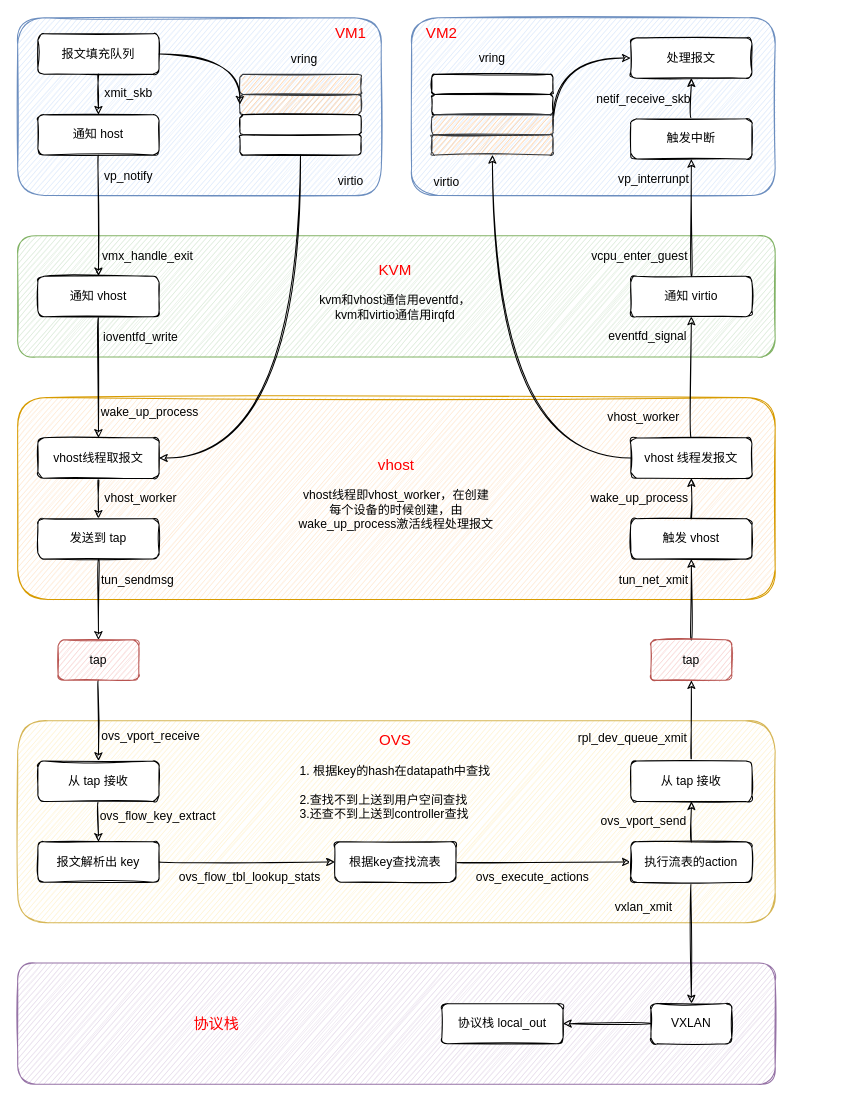
Before: ovs_data_path.drawio in ctimbai/draw.io, a draw.io diagram. Source tidied: cells renumbered, new cells numbered last; positions are measured from the earlier drawing's top-left corner, leaving out a move shared by most shapes. Both pictures are drawn from the tidied source at 101%, with x=0, y=0 at pixel (17, 17).
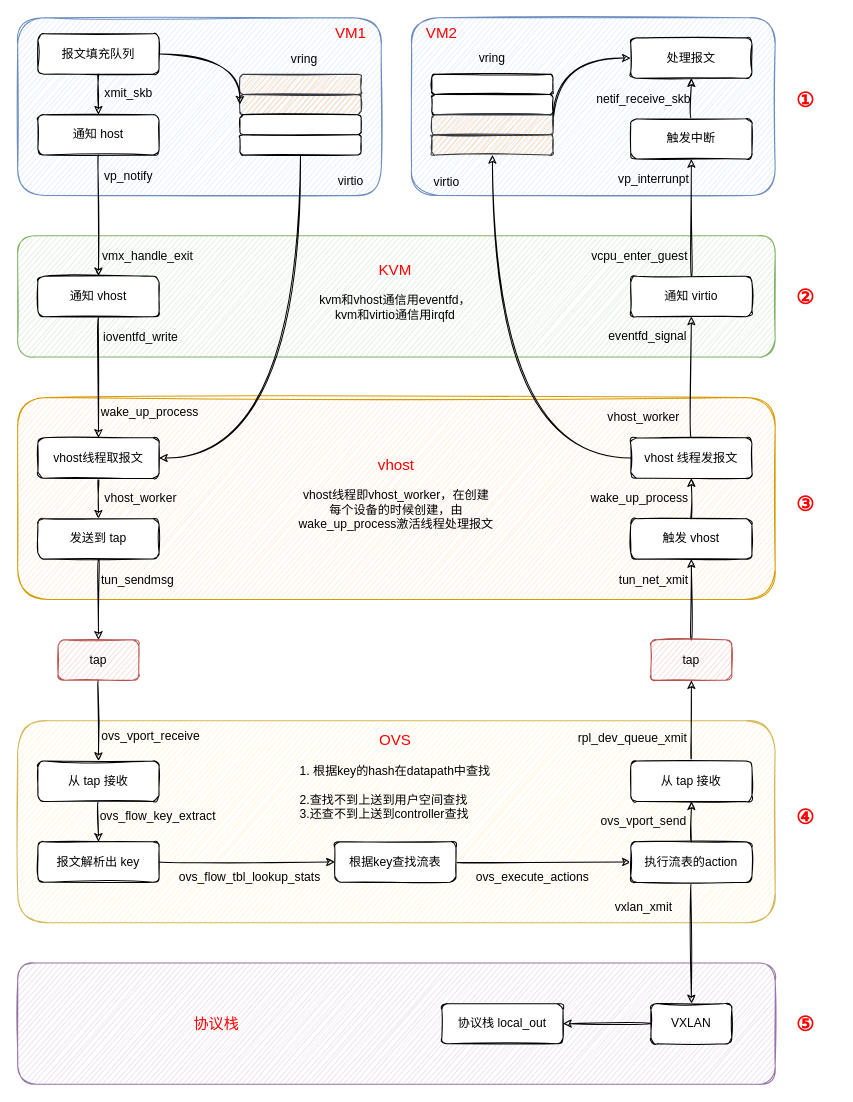
Above is the later version.

The change refers to these unchanged cells:
```xml
<mxCell id="10" value="通知 host" style="rounded=1;whiteSpace=wrap;html=1;sketch=1;" parent="1" vertex="1">
  <mxGeometry x="20" y="96" width="120" height="40" as="geometry" />
</mxCell>
<mxCell id="18" value="通知 vhost" style="rounded=1;whiteSpace=wrap;html=1;sketch=1;" parent="1" vertex="1">
  <mxGeometry x="20" y="256" width="120" height="40" as="geometry" />
</mxCell>
```

The edit, as a diff of the source:
```diff
@@
-    <mxCell id="9" style="edgeStyle=none;rounded=1;jettySize=auto;html=1;exitX=0.5;exitY=1;exitDx=0;exitDy=0;sketch=1;curved=1;" parent="1" edge="1" source="10" target="18">
-      <mxGeometry relative="1" as="geometry" />
-    </mxCell>
@@
+    <mxCell id="9" style="edgeStyle=none;rounded=1;jettySize=auto;html=1;exitX=0.5;exitY=1;exitDx=0;exitDy=0;sketch=1;curved=1;endArrow=classic;endFill=1;" parent="1" edge="1" source="10" target="18">
+      <mxGeometry relative="1" as="geometry" />
+    </mxCell>
+    <mxCell id="88" value="&lt;font style=&quot;font-size: 20px&quot;&gt;&lt;b&gt;①&lt;/b&gt;&lt;/font&gt;" style="text;html=1;strokeColor=none;fillColor=none;align=center;verticalAlign=middle;whiteSpace=wrap;rounded=0;sketch=1;fontSize=12;fontColor=#FF0000;" parent="1" vertex="1">
+      <mxGeometry x="750" y="66" width="60" height="30" as="geometry" />
+    </mxCell>
+    <mxCell id="89" value="&lt;font style=&quot;font-size: 20px&quot;&gt;&lt;b&gt;②&lt;/b&gt;&lt;/font&gt;" style="text;html=1;strokeColor=none;fillColor=none;align=center;verticalAlign=middle;whiteSpace=wrap;rounded=0;sketch=1;fontSize=12;fontColor=#FF0000;" parent="1" vertex="1">
+      <mxGeometry x="750" y="261" width="60" height="30" as="geometry" />
+    </mxCell>
+    <mxCell id="90" value="&lt;font style=&quot;font-size: 20px&quot;&gt;&lt;b&gt;④&lt;/b&gt;&lt;/font&gt;" style="text;html=1;strokeColor=none;fillColor=none;align=center;verticalAlign=middle;whiteSpace=wrap;rounded=0;sketch=1;fontSize=12;fontColor=#FF0000;" parent="1" vertex="1">
+      <mxGeometry x="750" y="776" width="60" height="30" as="geometry" />
+    </mxCell>
+    <mxCell id="91" value="&lt;span style=&quot;font-size: 20px&quot;&gt;&lt;b&gt;③&lt;/b&gt;&lt;/span&gt;" style="text;html=1;strokeColor=none;fillColor=none;align=center;verticalAlign=middle;whiteSpace=wrap;rounded=0;sketch=1;fontSize=12;fontColor=#FF0000;" parent="1" vertex="1">
+      <mxGeometry x="750" y="466" width="60" height="30" as="geometry" />
+    </mxCell>
+    <mxCell id="92" value="&lt;span style=&quot;font-size: 20px&quot;&gt;&lt;b&gt;⑤&lt;/b&gt;&lt;/span&gt;" style="text;html=1;strokeColor=none;fillColor=none;align=center;verticalAlign=middle;whiteSpace=wrap;rounded=0;sketch=1;fontSize=12;fontColor=#FF0000;" parent="1" vertex="1">
+      <mxGeometry x="750" y="981" width="60" height="30" as="geometry" />
+    </mxCell>
```
